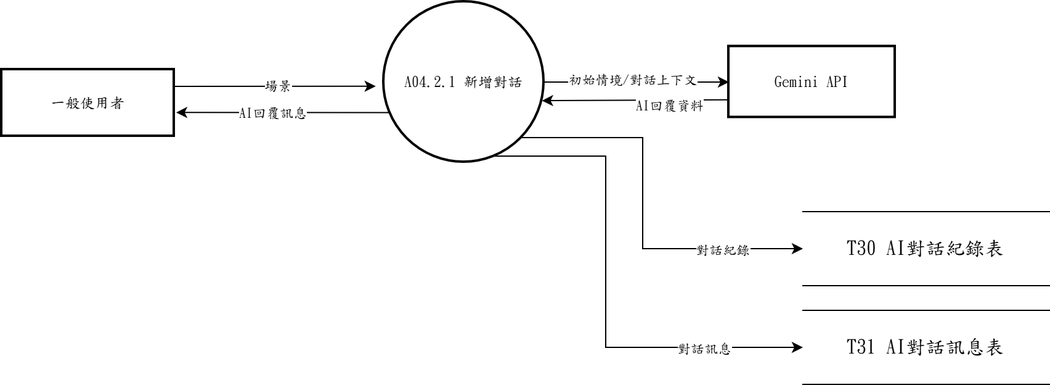
Before: 系統文件/第6章/DFD圖/圖4/新/圖4-2.drawio.png, a diagram exported from draw.io (s22452007/115502). Source tidied: cells renumbered, new cells last; positions are measured from the earlier drawing's top-left corner, leaving out a move shared by most shapes. Source of this version:
```xml
<mxGraphModel>
  <root>
    <mxCell id="0" />
    <mxCell id="1" parent="0" />
    <mxCell id="2" style="edgeStyle=none;rounded=0;jettySize=auto;html=1;exitX=0.041;exitY=0.69;exitDx=0;exitDy=0;entryX=1.01;entryY=0.642;entryDx=0;entryDy=0;exitPerimeter=0;entryPerimeter=0;" parent="1" edge="1" source="6" target="7">
      <mxGeometry relative="1" as="geometry" />
    </mxCell>
    <mxCell id="3" value="AI回覆訊息" style="edgeLabel;html=1;align=center;verticalAlign=middle;fontFamily=標楷體;" parent="2" vertex="1">
      <mxGeometry x="0.11" relative="1" as="geometry" />
    </mxCell>
    <mxCell id="4" style="edgeStyle=none;rounded=0;jettySize=auto;html=1;exitX=1;exitY=0.5;exitDx=0;exitDy=0;entryX=0;entryY=0.5;entryDx=0;entryDy=0;" parent="1" edge="1" source="6" target="10">
      <mxGeometry relative="1" as="geometry" />
    </mxCell>
    <mxCell id="5" value="初始情境/對話上下文" style="edgeLabel;html=1;align=center;verticalAlign=middle;fontFamily=標楷體;" parent="4" vertex="1">
      <mxGeometry x="-0.05" y="3" relative="1" as="geometry" />
    </mxCell>
    <mxCell id="6" value="A04.2.1 新增對話" style="ellipse;strokeWidth=2;whiteSpace=wrap;fontFamily=標楷體;" parent="1" vertex="1">
      <mxGeometry x="310" width="130" height="130" as="geometry" />
    </mxCell>
    <mxCell id="7" value="一般使用者" style="whiteSpace=wrap;strokeWidth=2;fontFamily=標楷體;" parent="1" vertex="1">
      <mxGeometry y="55" width="140" height="54" as="geometry" />
    </mxCell>
    <mxCell id="8" style="edgeStyle=none;rounded=0;jettySize=auto;html=1;exitX=1;exitY=0.25;exitDx=0;exitDy=0;entryX=-0.051;entryY=0.526;entryDx=0;entryDy=0;entryPerimeter=0;" parent="1" edge="1" source="7" target="6">
      <mxGeometry relative="1" as="geometry" />
    </mxCell>
    <mxCell id="9" value="場景" style="edgeLabel;html=1;align=center;verticalAlign=middle;fontFamily=標楷體;" parent="8" vertex="1">
      <mxGeometry x="0.02" y="1" relative="1" as="geometry" />
    </mxCell>
    <mxCell id="10" value="Gemini API" style="whiteSpace=wrap;strokeWidth=2;fontFamily=標楷體;" parent="1" vertex="1">
      <mxGeometry x="590" y="36.2" width="135" height="57.5" as="geometry" />
    </mxCell>
    <mxCell id="11" style="edgeStyle=none;rounded=0;jettySize=auto;html=1;exitX=0;exitY=0.75;exitDx=0;exitDy=0;entryX=0.987;entryY=0.616;entryDx=0;entryDy=0;entryPerimeter=0;" parent="1" edge="1" source="10" target="6">
      <mxGeometry relative="1" as="geometry" />
    </mxCell>
    <mxCell id="12" value="AI回覆資料" style="edgeLabel;html=1;align=center;verticalAlign=middle;fontFamily=標楷體;" parent="11" vertex="1">
      <mxGeometry x="-0.36" y="4" relative="1" as="geometry" />
    </mxCell>
    <mxCell id="13" value="&lt;span lang=&quot;EN-US&quot; style=&quot;font-size: 12pt;&quot;&gt;T30&amp;nbsp;&lt;/span&gt;&lt;span style=&quot;font-size: 12pt;&quot;&gt;AI對話紀錄表&lt;/span&gt;" style="shape=partialRectangle;whiteSpace=wrap;html=1;left=0;right=0;fontFamily=標楷體;" parent="1" vertex="1">
      <mxGeometry x="650" y="170" width="200" height="60" as="geometry" />
    </mxCell>
    <mxCell id="14" value="&lt;span lang=&quot;EN-US&quot; style=&quot;font-size: 12pt;&quot;&gt;T31&amp;nbsp;&lt;/span&gt;&lt;span style=&quot;font-size: 12pt;&quot;&gt;AI對話訊息表&lt;/span&gt;" style="shape=partialRectangle;whiteSpace=wrap;html=1;left=0;right=0;fontFamily=標楷體;" parent="1" vertex="1">
      <mxGeometry x="650" y="250" width="200" height="60" as="geometry" />
    </mxCell>
    <mxCell id="15" style="edgeStyle=orthogonalEdgeStyle;rounded=0;jettySize=auto;html=1;exitX=0.8608;exitY=0.8462;exitDx=0;exitDy=0;exitPerimeter=0;entryX=0.0000;entryY=0.5000;entryDx=0;entryDy=0;entryPerimeter=0;" parent="1" edge="1" source="6" target="13">
      <mxGeometry relative="1" as="geometry">
        <Array as="points">
          <mxPoint x="520" y="110" />
          <mxPoint x="520" y="200" />
        </Array>
      </mxGeometry>
    </mxCell>
    <mxCell id="16" value="對話紀錄" style="edgeLabel;html=1;align=center;verticalAlign=middle;fontFamily=標楷體;" parent="15" vertex="1">
      <mxGeometry x="0.59" relative="1" as="geometry" />
    </mxCell>
    <mxCell id="17" style="edgeStyle=orthogonalEdgeStyle;rounded=0;jettySize=auto;html=1;exitX=0.6923;exitY=0.9615;exitDx=0;exitDy=0;exitPerimeter=0;entryX=0.0000;entryY=0.5000;entryDx=0;entryDy=0;entryPerimeter=0;" parent="1" edge="1" source="6" target="14">
      <mxGeometry relative="1" as="geometry">
        <Array as="points">
          <mxPoint x="490" y="125" />
          <mxPoint x="490" y="280" />
        </Array>
      </mxGeometry>
    </mxCell>
    <mxCell id="18" value="對話訊息" style="edgeLabel;html=1;align=center;verticalAlign=middle;fontFamily=標楷體;" parent="17" vertex="1">
      <mxGeometry x="0.6" relative="1" as="geometry" />
    </mxCell>
  </root>
</mxGraphModel>
```
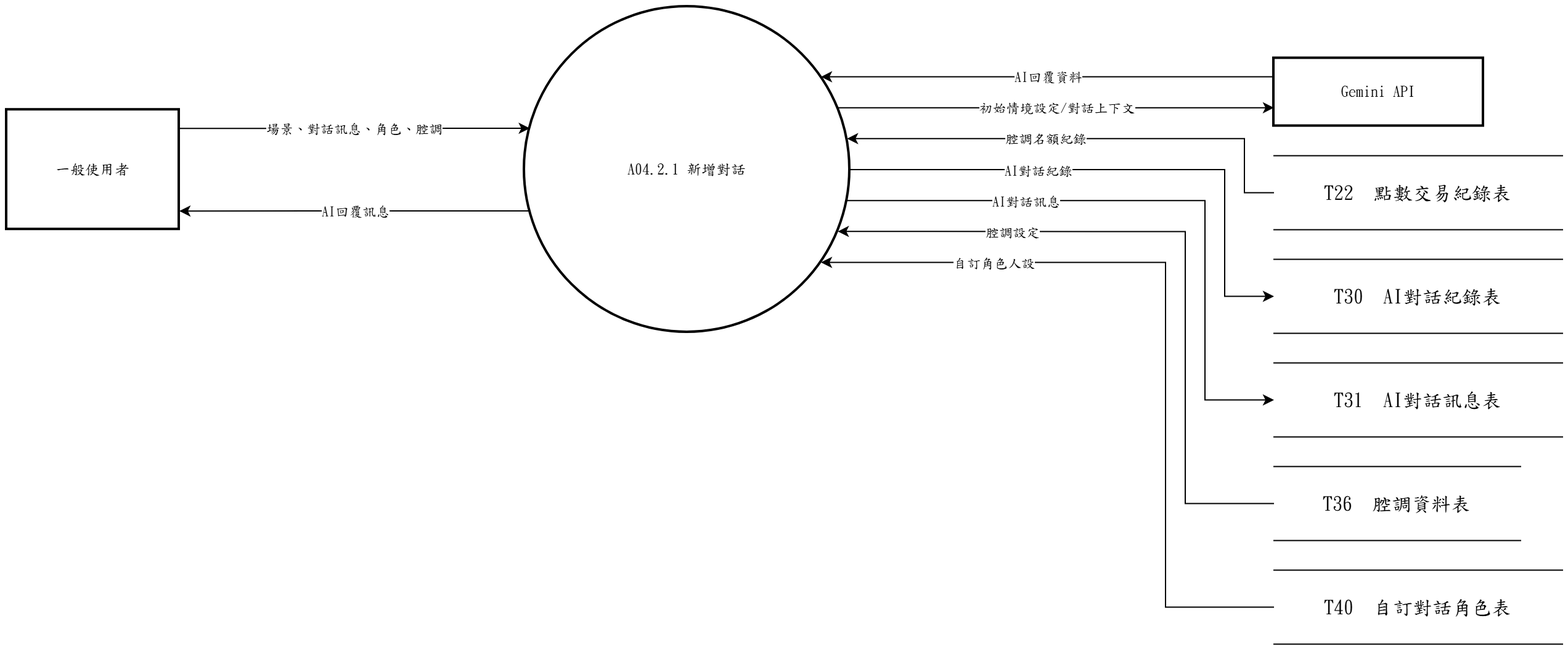
After the change.

Change to the diagram source:
```diff
@@ -1,67 +1,109 @@
 <mxGraphModel>
   <root>
-    <mxCell id="0" />
-    <mxCell id="1" parent="0" />
+    <mxCell id="19" />
+    <mxCell id="20" parent="19" />
+    <mxCell id="6" value="A04.2.1 新增對話" style="ellipse;strokeWidth=2;whiteSpace=wrap;html=1;fontFamily=標楷體;" parent="20" vertex="1">
+      <mxGeometry x="150" y="-123" width="264" height="264" as="geometry" />
+    </mxCell>
+    <mxCell id="7" value="一般使用者" style="whiteSpace=wrap;strokeWidth=2;html=1;fontFamily=標楷體;" parent="20" vertex="1">
+      <mxGeometry x="-270" y="-39.4" width="140" height="97" as="geometry" />
+    </mxCell>
+    <mxCell id="10" value="Gemini API" style="whiteSpace=wrap;strokeWidth=2;html=1;fontFamily=標楷體;" parent="20" vertex="1">
+      <mxGeometry x="758" y="-81.2" width="170" height="55" as="geometry" />
+    </mxCell>
+    <mxCell id="21" value="T22  點數交易紀錄表" style="shape=partialRectangle;whiteSpace=wrap;html=1;left=0;right=0;fontFamily=標楷體;fontSize=16;" parent="20" vertex="1">
+      <mxGeometry x="758" y="-2.2" width="234" height="60" as="geometry" />
+    </mxCell>
+    <mxCell id="13" value="T30  AI對話紀錄表" style="shape=partialRectangle;whiteSpace=wrap;html=1;left=0;right=0;fontFamily=標楷體;fontSize=16;" parent="20" vertex="1">
+      <mxGeometry x="758" y="81.8" width="234" height="60" as="geometry" />
+    </mxCell>
+    <mxCell id="14" value="T31  AI對話訊息表" style="shape=partialRectangle;whiteSpace=wrap;html=1;left=0;right=0;fontFamily=標楷體;fontSize=16;" parent="20" vertex="1">
+      <mxGeometry x="758" y="165.8" width="234" height="60" as="geometry" />
+    </mxCell>
+    <mxCell id="22" value="T36  腔調資料表" style="shape=partialRectangle;whiteSpace=wrap;html=1;left=0;right=0;fontFamily=標楷體;fontSize=16;" parent="20" vertex="1">
+      <mxGeometry x="758" y="249.8" width="200" height="60" as="geometry" />
+    </mxCell>
+    <mxCell id="23" value="T40  自訂對話角色表" style="shape=partialRectangle;whiteSpace=wrap;html=1;left=0;right=0;fontFamily=標楷體;fontSize=16;" parent="20" vertex="1">
+      <mxGeometry x="758" y="333.8" width="234" height="60" as="geometry" />
+    </mxCell>
+    <mxCell id="8" style="edgeStyle=none;rounded=0;html=1;fontFamily=標楷體;endArrow=classic;exitX=1.0000;exitY=0.1548;exitDx=0;exitDy=0;exitPerimeter=0;entryX=0.0163;entryY=0.3733;entryDx=0;entryDy=0;entryPerimeter=0;" parent="20" edge="1" source="7" target="6">
+      <mxGeometry relative="1" as="geometry" />
+    </mxCell>
+    <mxCell id="24" value="場景、對話訊息、角色、腔調" style="edgeLabel;html=1;align=center;verticalAlign=middle;fontFamily=標楷體;" parent="8" vertex="1">
+      <mxGeometry relative="1" as="geometry" />
+    </mxCell>
+    <mxCell id="11" style="edgeStyle=none;rounded=0;html=1;fontFamily=標楷體;endArrow=classic;exitX=0.0000;exitY=0.2723;exitDx=0;exitDy=0;exitPerimeter=0;entryX=0.9108;entryY=0.2150;entryDx=0;entryDy=0;entryPerimeter=0;" parent="20" edge="1" source="10" target="6">
+      <mxGeometry relative="1" as="geometry" />
+    </mxCell>
+    <mxCell id="12" value="AI回覆資料" style="edgeLabel;html=1;align=center;verticalAlign=middle;fontFamily=標楷體;" parent="11" vertex="1">
+      <mxGeometry relative="1" as="geometry" />
+    </mxCell>
+    <mxCell id="25" style="edgeStyle=none;rounded=0;html=1;fontFamily=標楷體;endArrow=classic;exitX=0.0000;exitY=0.5000;exitDx=0;exitDy=0;exitPerimeter=0;entryX=0.9625;entryY=0.6900;entryDx=0;entryDy=0;entryPerimeter=0;" parent="20" edge="1" source="22" target="6">
+      <mxGeometry relative="1" as="geometry">
+        <Array as="points">
+          <mxPoint x="686" y="279.8" />
+          <mxPoint x="686" y="59.2" />
+        </Array>
+      </mxGeometry>
+    </mxCell>
+    <mxCell id="26" value="腔調設定" style="edgeLabel;html=1;align=center;verticalAlign=middle;fontFamily=標楷體;" parent="25" vertex="1">
+      <mxGeometry x="0.51" relative="1" as="geometry" />
+    </mxCell>
+    <mxCell id="27" style="edgeStyle=none;rounded=0;html=1;fontFamily=標楷體;endArrow=classic;exitX=0.0000;exitY=0.5000;exitDx=0;exitDy=0;exitPerimeter=0;entryX=0.9108;entryY=0.7850;entryDx=0;entryDy=0;entryPerimeter=0;" parent="20" edge="1" source="23" target="6">
+      <mxGeometry relative="1" as="geometry">
+        <Array as="points">
+          <mxPoint x="670" y="363.8" />
+          <mxPoint x="670" y="84.2" />
+        </Array>
+      </mxGeometry>
+    </mxCell>
+    <mxCell id="28" value="自訂角色人設" style="edgeLabel;html=1;align=center;verticalAlign=middle;fontFamily=標楷體;" parent="27" vertex="1">
+      <mxGeometry x="0.57" relative="1" as="geometry" />
+    </mxCell>
+    <mxCell id="29" style="edgeStyle=none;rounded=0;html=1;fontFamily=標楷體;endArrow=classic;exitX=0.0000;exitY=0.5000;exitDx=0;exitDy=0;exitPerimeter=0;entryX=0.9909;entryY=0.4050;entryDx=0;entryDy=0;entryPerimeter=0;" parent="20" edge="1" source="21" target="6">
+      <mxGeometry relative="1" as="geometry">
+        <Array as="points">
+          <mxPoint x="734" y="27.8" />
+          <mxPoint x="734" y="-16.1" />
+        </Array>
+      </mxGeometry>
+    </mxCell>
+    <mxCell id="30" value="腔調名額紀錄" style="edgeLabel;html=1;align=center;verticalAlign=middle;fontFamily=標楷體;" parent="29" vertex="1">
+      <mxGeometry x="0.17" relative="1" as="geometry" />
+    </mxCell>
-    <mxCell id="2" style="edgeStyle=none;rounded=0;jettySize=auto;html=1;exitX=0.041;exitY=0.69;exitDx=0;exitDy=0;entryX=1.01;entryY=0.642;entryDx=0;entryDy=0;exitPerimeter=0;entryPerimeter=0;" parent="1" edge="1" source="6" target="7">
+    <mxCell id="2" style="edgeStyle=none;rounded=0;html=1;fontFamily=標楷體;endArrow=classic;exitX=0.0163;exitY=0.6267;exitDx=0;exitDy=0;exitPerimeter=0;entryX=1.0000;entryY=0.8452;entryDx=0;entryDy=0;entryPerimeter=0;" parent="20" edge="1" source="6" target="7">
       <mxGeometry relative="1" as="geometry" />
     </mxCell>
     <mxCell id="3" value="AI回覆訊息" style="edgeLabel;html=1;align=center;verticalAlign=middle;fontFamily=標楷體;" parent="2" vertex="1">
-      <mxGeometry x="0.11" relative="1" as="geometry" />
+      <mxGeometry relative="1" as="geometry" />
     </mxCell>
-    <mxCell id="4" style="edgeStyle=none;rounded=0;jettySize=auto;html=1;exitX=1;exitY=0.5;exitDx=0;exitDy=0;entryX=0;entryY=0.5;entryDx=0;entryDy=0;" parent="1" edge="1" source="6" target="10">
+    <mxCell id="4" style="edgeStyle=none;rounded=0;html=1;fontFamily=標楷體;endArrow=classic;exitX=0.9625;exitY=0.3100;exitDx=0;exitDy=0;exitPerimeter=0;entryX=0.0000;entryY=0.7277;entryDx=0;entryDy=0;entryPerimeter=0;" parent="20" edge="1" source="6" target="10">
       <mxGeometry relative="1" as="geometry" />
     </mxCell>
-    <mxCell id="5" value="初始情境/對話上下文" style="edgeLabel;html=1;align=center;verticalAlign=middle;fontFamily=標楷體;" parent="4" vertex="1">
-      <mxGeometry x="-0.05" y="3" relative="1" as="geometry" />
-    </mxCell>
-    <mxCell id="6" value="A04.2.1 新增對話" style="ellipse;strokeWidth=2;whiteSpace=wrap;fontFamily=標楷體;" parent="1" vertex="1">
-      <mxGeometry x="310" width="130" height="130" as="geometry" />
-    </mxCell>
-    <mxCell id="7" value="一般使用者" style="whiteSpace=wrap;strokeWidth=2;fontFamily=標楷體;" parent="1" vertex="1">
-      <mxGeometry y="55" width="140" height="54" as="geometry" />
-    </mxCell>
-    <mxCell id="8" style="edgeStyle=none;rounded=0;jettySize=auto;html=1;exitX=1;exitY=0.25;exitDx=0;exitDy=0;entryX=-0.051;entryY=0.526;entryDx=0;entryDy=0;entryPerimeter=0;" parent="1" edge="1" source="7" target="6">
-      <mxGeometry relative="1" as="geometry" />
-    </mxCell>
-    <mxCell id="9" value="場景" style="edgeLabel;html=1;align=center;verticalAlign=middle;fontFamily=標楷體;" parent="8" vertex="1">
-      <mxGeometry x="0.02" y="1" relative="1" as="geometry" />
-    </mxCell>
-    <mxCell id="10" value="Gemini API" style="whiteSpace=wrap;strokeWidth=2;fontFamily=標楷體;" parent="1" vertex="1">
-      <mxGeometry x="590" y="36.2" width="135" height="57.5" as="geometry" />
-    </mxCell>
-    <mxCell id="11" style="edgeStyle=none;rounded=0;jettySize=auto;html=1;exitX=0;exitY=0.75;exitDx=0;exitDy=0;entryX=0.987;entryY=0.616;entryDx=0;entryDy=0;entryPerimeter=0;" parent="1" edge="1" source="10" target="6">
-      <mxGeometry relative="1" as="geometry" />
-    </mxCell>
-    <mxCell id="12" value="AI回覆資料" style="edgeLabel;html=1;align=center;verticalAlign=middle;fontFamily=標楷體;" parent="11" vertex="1">
-      <mxGeometry x="-0.36" y="4" relative="1" as="geometry" />
-    </mxCell>
-    <mxCell id="13" value="&lt;span lang=&quot;EN-US&quot; style=&quot;font-size: 12pt;&quot;&gt;T30&amp;nbsp;&lt;/span&gt;&lt;span style=&quot;font-size: 12pt;&quot;&gt;AI對話紀錄表&lt;/span&gt;" style="shape=partialRectangle;whiteSpace=wrap;html=1;left=0;right=0;fontFamily=標楷體;" parent="1" vertex="1">
-      <mxGeometry x="650" y="170" width="200" height="60" as="geometry" />
-    </mxCell>
-    <mxCell id="14" value="&lt;span lang=&quot;EN-US&quot; style=&quot;font-size: 12pt;&quot;&gt;T31&amp;nbsp;&lt;/span&gt;&lt;span style=&quot;font-size: 12pt;&quot;&gt;AI對話訊息表&lt;/span&gt;" style="shape=partialRectangle;whiteSpace=wrap;html=1;left=0;right=0;fontFamily=標楷體;" parent="1" vertex="1">
-      <mxGeometry x="650" y="250" width="200" height="60" as="geometry" />
-    </mxCell>
+    <mxCell id="31" value="初始情境設定/對話上下文" style="edgeLabel;html=1;align=center;verticalAlign=middle;fontFamily=標楷體;" parent="4" vertex="1">
+      <mxGeometry relative="1" as="geometry" />
+    </mxCell>
-    <mxCell id="15" style="edgeStyle=orthogonalEdgeStyle;rounded=0;jettySize=auto;html=1;exitX=0.8608;exitY=0.8462;exitDx=0;exitDy=0;exitPerimeter=0;entryX=0.0000;entryY=0.5000;entryDx=0;entryDy=0;entryPerimeter=0;" parent="1" edge="1" source="6" target="13">
+    <mxCell id="15" style="edgeStyle=none;rounded=0;html=1;fontFamily=標楷體;endArrow=classic;exitX=1.0000;exitY=0.5000;exitDx=0;exitDy=0;exitPerimeter=0;entryX=0.0000;entryY=0.5000;entryDx=0;entryDy=0;entryPerimeter=0;" parent="20" edge="1" source="6" target="13">
       <mxGeometry relative="1" as="geometry">
         <Array as="points">
-          <mxPoint x="520" y="110" />
-          <mxPoint x="520" y="200" />
+          <mxPoint x="718" y="9" />
+          <mxPoint x="718" y="111.8" />
         </Array>
       </mxGeometry>
     </mxCell>
-    <mxCell id="16" value="對話紀錄" style="edgeLabel;html=1;align=center;verticalAlign=middle;fontFamily=標楷體;" parent="15" vertex="1">
-      <mxGeometry x="0.59" relative="1" as="geometry" />
-    </mxCell>
+    <mxCell id="32" value="AI對話紀錄" style="edgeLabel;html=1;align=center;verticalAlign=middle;fontFamily=標楷體;" parent="15" vertex="1">
+      <mxGeometry x="-0.32" relative="1" as="geometry" />
+    </mxCell>
-    <mxCell id="17" style="edgeStyle=orthogonalEdgeStyle;rounded=0;jettySize=auto;html=1;exitX=0.6923;exitY=0.9615;exitDx=0;exitDy=0;exitPerimeter=0;entryX=0.0000;entryY=0.5000;entryDx=0;entryDy=0;entryPerimeter=0;" parent="1" edge="1" source="6" target="14">
+    <mxCell id="17" style="edgeStyle=none;rounded=0;html=1;fontFamily=標楷體;endArrow=classic;exitX=0.9909;exitY=0.5950;exitDx=0;exitDy=0;exitPerimeter=0;entryX=0.0000;entryY=0.5000;entryDx=0;entryDy=0;entryPerimeter=0;" parent="20" edge="1" source="6" target="14">
       <mxGeometry relative="1" as="geometry">
         <Array as="points">
-          <mxPoint x="490" y="125" />
-          <mxPoint x="490" y="280" />
+          <mxPoint x="702" y="34.1" />
+          <mxPoint x="702" y="195.8" />
         </Array>
       </mxGeometry>
     </mxCell>
-    <mxCell id="18" value="對話訊息" style="edgeLabel;html=1;align=center;verticalAlign=middle;fontFamily=標楷體;" parent="17" vertex="1">
-      <mxGeometry x="0.6" relative="1" as="geometry" />
-    </mxCell>
+    <mxCell id="33" value="AI對話訊息" style="edgeLabel;html=1;align=center;verticalAlign=middle;fontFamily=標楷體;" parent="17" vertex="1">
+      <mxGeometry x="-0.43" relative="1" as="geometry" />
+    </mxCell>
   </root>
 </mxGraphModel>
```
